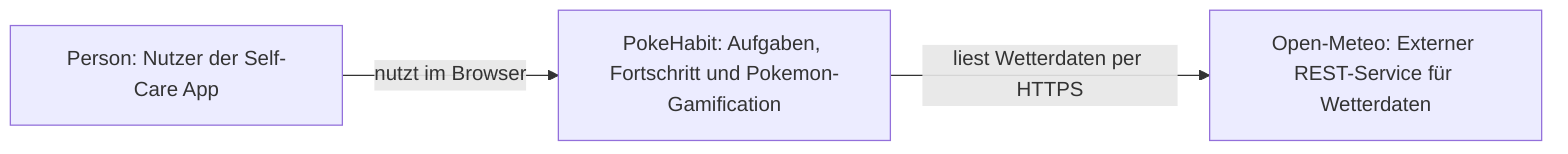
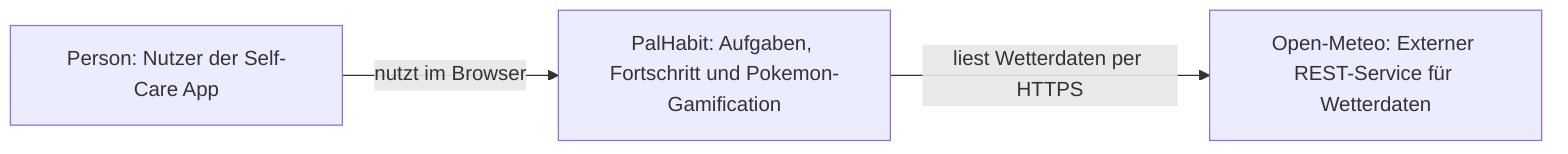
flowchart LR
    USER["Person: Nutzer der Self-Care App"]
-     SCS["PokeHabit: Aufgaben, Fortschritt und Pokemon-Gamification"]
+     SCS["PalHabit: Aufgaben, Fortschritt und Pokemon-Gamification"]
+     SCS["PalHabit: Aufgaben, Fortschritt und Pokemon-Gamification"]
    WEATHER["Open-Meteo: Externer REST-Service für Wetterdaten"]

    USER -->|nutzt im Browser| SCS
    SCS -->|liest Wetterdaten per HTTPS| WEATHER